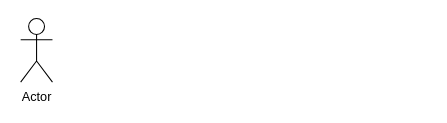
The draw.io diagram Untitled Diagram.drawio in MallombasiMattawang/react-desa, before the edit. Source tidied: cells renumbered, new cells numbered last; positions are measured from the earlier drawing's top-left corner, leaving out a move shared by most shapes. Both pictures are drawn from the tidied source at 106%, with x=0, y=0 at pixel (20, 18).
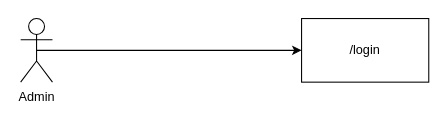
After the change.

Commit message:
ALUR ADMIN

Change to the diagram source:
```diff
@@
 <mxGraphModel>
   <root>
     <mxCell id="0" />
     <mxCell id="1" parent="0" />
-    <mxCell id="2" value="Actor" style="shape=umlActor;verticalLabelPosition=bottom;verticalAlign=top;html=1;outlineConnect=0;" parent="1" vertex="1">
+    <mxCell id="2" value="Admin" style="shape=umlActor;verticalLabelPosition=bottom;verticalAlign=top;html=1;outlineConnect=0;" parent="1" vertex="1">
       <mxGeometry width="30" height="60" as="geometry" />
     </mxCell>
+    <mxCell id="3" value="/login" style="rounded=0;whiteSpace=wrap;html=1;" parent="1" vertex="1">
+      <mxGeometry x="265" width="120" height="60" as="geometry" />
+    </mxCell>
+    <mxCell id="4" style="endArrow=classic;html=1;rounded=0;exitX=0.5;exitY=0.5;exitDx=0;exitDy=0;exitPerimeter=0;entryX=0;entryY=0.5;entryDx=0;entryDy=0;" parent="1" edge="1" source="2" target="3">
+      <mxGeometry relative="1" as="geometry" />
+    </mxCell>
   </root>
 </mxGraphModel>
```
